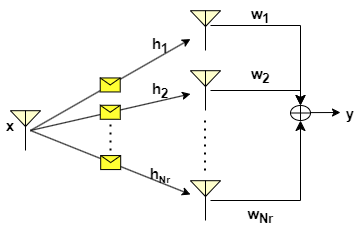
Above: experiment/images/Exp5.png in virtual-labs/exp-spatial-diversity-iiith (draw.io), before the change. Source tidied: cells renumbered, new cells last; positions are measured from the earlier drawing's top-left corner, leaving out a move shared by most shapes.
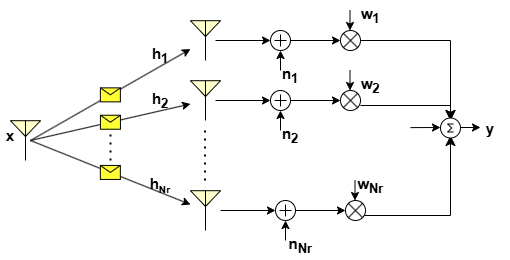
Above is the later version.

Diff of the diagram source:
```diff
@@ -65,44 +65,173 @@
     <mxCell id="16" value="&lt;b&gt;&lt;font style=&quot;font-size: 15px;&quot;&gt;h&lt;sub&gt;1&lt;/sub&gt;&lt;/font&gt;&lt;/b&gt;" style="text;html=1;align=center;verticalAlign=middle;whiteSpace=wrap;rounded=0;" parent="1" vertex="1">
       <mxGeometry x="150" y="30" width="20" height="30" as="geometry" />
     </mxCell>
-    <mxCell id="17" style="shape=orEllipse;perimeter=ellipsePerimeter;whiteSpace=wrap;html=1;backgroundOutline=1;" parent="1" vertex="1">
-      <mxGeometry x="290" y="105" width="20" height="15" as="geometry" />
-    </mxCell>
+    <mxCell id="25" value="&lt;span style=&quot;font-size: 15px;&quot;&gt;&lt;b&gt;w&lt;sub&gt;1&lt;/sub&gt;&lt;/b&gt;&lt;/span&gt;" style="text;html=1;align=center;verticalAlign=middle;whiteSpace=wrap;rounded=0;" parent="1" vertex="1">
+      <mxGeometry x="360" y="-10" width="20" height="30" as="geometry" />
+    </mxCell>
+    <mxCell id="26" value="&lt;span style=&quot;font-size: 15px;&quot;&gt;&lt;b&gt;x&lt;/b&gt;&lt;/span&gt;" style="text;html=1;align=center;verticalAlign=middle;whiteSpace=wrap;rounded=0;" parent="1" vertex="1">
+      <mxGeometry y="110" width="20" height="30" as="geometry" />
+    </mxCell>
+    <mxCell id="27" style="group;" parent="1" vertex="1">
+      <mxGeometry x="360" y="30" width="150" height="175" as="geometry" />
+    </mxCell>
-    <mxCell id="18" style="edgeStyle=segmentEdgeStyle;endArrow=classic;html=1;curved=0;rounded=0;endSize=8;startSize=8;entryX=0.5;entryY=1;entryDx=0;entryDy=0;" parent="1" edge="1" target="17">
+    <mxCell id="18" style="edgeStyle=segmentEdgeStyle;endArrow=classic;html=1;curved=0;rounded=0;endSize=8;startSize=8;entryX=0.5;entryY=1;entryDx=0;entryDy=0;" parent="27" edge="1">
       <mxGeometry relative="1" as="geometry">
-        <mxPoint x="210" y="200" as="sourcePoint" />
+        <mxPoint y="175" as="sourcePoint" />
+        <mxPoint x="90" y="95" as="targetPoint" />
       </mxGeometry>
     </mxCell>
-    <mxCell id="19" style="edgeStyle=segmentEdgeStyle;endArrow=classic;html=1;curved=0;rounded=0;endSize=8;startSize=8;entryX=0.5;entryY=0;entryDx=0;entryDy=0;" parent="1" edge="1" target="17">
+    <mxCell id="19" style="edgeStyle=segmentEdgeStyle;endArrow=classic;html=1;curved=0;rounded=0;endSize=8;startSize=8;entryX=0.5;entryY=0;entryDx=0;entryDy=0;" parent="27" edge="1">
       <mxGeometry relative="1" as="geometry">
-        <mxPoint x="210" y="90" as="sourcePoint" />
+        <mxPoint y="65" as="sourcePoint" />
+        <mxPoint x="90" y="80" as="targetPoint" />
       </mxGeometry>
     </mxCell>
-    <mxCell id="20" style="edgeStyle=segmentEdgeStyle;endArrow=classic;html=1;curved=0;rounded=0;endSize=8;startSize=8;entryX=0.5;entryY=0;entryDx=0;entryDy=0;" parent="1" edge="1" target="17">
+    <mxCell id="20" style="edgeStyle=segmentEdgeStyle;endArrow=classic;html=1;curved=0;rounded=0;endSize=8;startSize=8;entryX=0.5;entryY=0;entryDx=0;entryDy=0;" parent="27" edge="1">
       <mxGeometry relative="1" as="geometry">
-        <mxPoint x="210" y="25" as="sourcePoint" />
+        <mxPoint as="sourcePoint" />
+        <mxPoint x="90" y="80" as="targetPoint" />
       </mxGeometry>
     </mxCell>
+    <mxCell id="22" value="&lt;span style=&quot;font-size: 15px;&quot;&gt;&lt;b&gt;y&lt;/b&gt;&lt;/span&gt;" style="text;html=1;align=center;verticalAlign=middle;whiteSpace=wrap;rounded=0;" parent="27" vertex="1">
+      <mxGeometry x="120" y="76.2" width="20" height="22.5" as="geometry" />
+    </mxCell>
-    <mxCell id="21" style="endArrow=classic;html=1;rounded=0;" parent="1" edge="1">
+    <mxCell id="21" style="endArrow=classic;html=1;rounded=0;" parent="27" edge="1">
       <mxGeometry relative="1" as="geometry">
-        <mxPoint x="310" y="112.1" as="sourcePoint" />
-        <mxPoint x="340" y="112" as="targetPoint" />
+        <mxPoint x="50" y="87.1" as="sourcePoint" />
+        <mxPoint x="80" y="87" as="targetPoint" />
       </mxGeometry>
     </mxCell>
-    <mxCell id="22" value="&lt;span style=&quot;font-size: 15px;&quot;&gt;&lt;b&gt;y&lt;/b&gt;&lt;/span&gt;" style="text;html=1;align=center;verticalAlign=middle;whiteSpace=wrap;rounded=0;" parent="1" vertex="1">
-      <mxGeometry x="340" y="101.2" width="20" height="22.5" as="geometry" />
-    </mxCell>
+    <mxCell id="28" style="verticalLabelPosition=bottom;shadow=0;dashed=0;align=center;html=1;verticalAlign=top;shape=mxgraph.electrical.abstract.sum;" parent="27" vertex="1">
+      <mxGeometry x="80" y="77.5" width="20" height="20" as="geometry" />
+    </mxCell>
+    <mxCell id="29" style="endArrow=classic;html=1;rounded=0;" parent="27" edge="1">
+      <mxGeometry relative="1" as="geometry">
+        <mxPoint x="100" y="87" as="sourcePoint" />
+        <mxPoint x="120" y="87" as="targetPoint" />
+      </mxGeometry>
+    </mxCell>
+    <mxCell id="24" value="&lt;span style=&quot;font-size: 15px;&quot;&gt;&lt;b&gt;w&lt;sub&gt;2&lt;/sub&gt;&lt;/b&gt;&lt;/span&gt;" style="text;html=1;align=center;verticalAlign=middle;whiteSpace=wrap;rounded=0;" parent="27" vertex="1">
+      <mxGeometry y="30" width="20" height="30" as="geometry" />
+    </mxCell>
-    <mxCell id="23" value="&lt;span style=&quot;font-size: 15px;&quot;&gt;&lt;b&gt;w&lt;sub&gt;Nr&lt;/sub&gt;&lt;/b&gt;&lt;/span&gt;" style="text;html=1;align=center;verticalAlign=middle;whiteSpace=wrap;rounded=0;" parent="1" vertex="1">
-      <mxGeometry x="250" y="200" width="20" height="30" as="geometry" />
+    <mxCell id="23" value="&lt;span style=&quot;font-size: 15px;&quot;&gt;&lt;b&gt;w&lt;sub&gt;Nr&lt;/sub&gt;&lt;/b&gt;&lt;/span&gt;" style="text;html=1;align=center;verticalAlign=middle;whiteSpace=wrap;rounded=0;" parent="27" vertex="1">
+      <mxGeometry y="130" width="20" height="30" as="geometry" />
     </mxCell>
-    <mxCell id="24" value="&lt;span style=&quot;font-size: 15px;&quot;&gt;&lt;b&gt;w&lt;sub&gt;2&lt;/sub&gt;&lt;/b&gt;&lt;/span&gt;" style="text;html=1;align=center;verticalAlign=middle;whiteSpace=wrap;rounded=0;" parent="1" vertex="1">
-      <mxGeometry x="250" y="60" width="20" height="30" as="geometry" />
-    </mxCell>
-    <mxCell id="25" value="&lt;span style=&quot;font-size: 15px;&quot;&gt;&lt;b&gt;w&lt;sub&gt;1&lt;/sub&gt;&lt;/b&gt;&lt;/span&gt;" style="text;html=1;align=center;verticalAlign=middle;whiteSpace=wrap;rounded=0;" parent="1" vertex="1">
-      <mxGeometry x="250" width="20" height="30" as="geometry" />
-    </mxCell>
-    <mxCell id="26" value="&lt;span style=&quot;font-size: 15px;&quot;&gt;&lt;b&gt;x&lt;/b&gt;&lt;/span&gt;" style="text;html=1;align=center;verticalAlign=middle;whiteSpace=wrap;rounded=0;" parent="1" vertex="1">
-      <mxGeometry y="110" width="20" height="30" as="geometry" />
-    </mxCell>
+    <mxCell id="30" style="group;" parent="1" vertex="1">
+      <mxGeometry x="215" width="145" height="60" as="geometry" />
+    </mxCell>
+    <mxCell id="31" style="verticalLabelPosition=bottom;shadow=0;dashed=0;align=center;html=1;verticalAlign=top;shape=mxgraph.electrical.abstract.summation_point;" parent="30" vertex="1">
+      <mxGeometry x="55" y="20" width="20" height="20" as="geometry" />
+    </mxCell>
+    <mxCell id="32" style="endArrow=classic;html=1;rounded=0;" parent="30" edge="1">
+      <mxGeometry relative="1" as="geometry">
+        <mxPoint x="134.5" as="sourcePoint" />
+        <mxPoint x="134.5" y="20" as="targetPoint" />
+      </mxGeometry>
+    </mxCell>
+    <mxCell id="33" style="group;" parent="30" vertex="1">
+      <mxGeometry y="20" width="145" height="40" as="geometry" />
+    </mxCell>
+    <mxCell id="34" style="endArrow=classic;html=1;rounded=0;" parent="33" edge="1">
+      <mxGeometry relative="1" as="geometry">
+        <mxPoint x="65" y="40" as="sourcePoint" />
+        <mxPoint x="65" y="20" as="targetPoint" />
+      </mxGeometry>
+    </mxCell>
+    <mxCell id="35" style="endArrow=classic;html=1;rounded=0;" parent="33" edge="1">
+      <mxGeometry relative="1" as="geometry">
+        <mxPoint y="10" as="sourcePoint" />
+        <mxPoint x="55" y="10" as="targetPoint" />
+      </mxGeometry>
+    </mxCell>
+    <mxCell id="36" style="endArrow=classic;html=1;rounded=0;" parent="33" edge="1">
+      <mxGeometry relative="1" as="geometry">
+        <mxPoint x="75" y="10" as="sourcePoint" />
+        <mxPoint x="125" y="10" as="targetPoint" />
+      </mxGeometry>
+    </mxCell>
+    <mxCell id="37" style="shape=sumEllipse;perimeter=ellipsePerimeter;whiteSpace=wrap;html=1;backgroundOutline=1;" parent="33" vertex="1">
+      <mxGeometry x="125" width="20" height="20" as="geometry" />
+    </mxCell>
+    <mxCell id="38" style="group;" parent="1" vertex="1">
+      <mxGeometry x="220" y="170" width="145" height="60" as="geometry" />
+    </mxCell>
+    <mxCell id="39" style="verticalLabelPosition=bottom;shadow=0;dashed=0;align=center;html=1;verticalAlign=top;shape=mxgraph.electrical.abstract.summation_point;" parent="38" vertex="1">
+      <mxGeometry x="55" y="20" width="20" height="20" as="geometry" />
+    </mxCell>
+    <mxCell id="40" style="endArrow=classic;html=1;rounded=0;" parent="38" edge="1">
+      <mxGeometry relative="1" as="geometry">
+        <mxPoint x="134.5" as="sourcePoint" />
+        <mxPoint x="134.5" y="20" as="targetPoint" />
+      </mxGeometry>
+    </mxCell>
+    <mxCell id="41" style="group;" parent="38" vertex="1">
+      <mxGeometry y="20" width="145" height="40" as="geometry" />
+    </mxCell>
+    <mxCell id="42" style="endArrow=classic;html=1;rounded=0;" parent="41" edge="1">
+      <mxGeometry relative="1" as="geometry">
+        <mxPoint x="65" y="40" as="sourcePoint" />
+        <mxPoint x="65" y="20" as="targetPoint" />
+      </mxGeometry>
+    </mxCell>
+    <mxCell id="43" style="endArrow=classic;html=1;rounded=0;" parent="41" edge="1">
+      <mxGeometry relative="1" as="geometry">
+        <mxPoint y="10" as="sourcePoint" />
+        <mxPoint x="55" y="10" as="targetPoint" />
+      </mxGeometry>
+    </mxCell>
+    <mxCell id="44" style="endArrow=classic;html=1;rounded=0;" parent="41" edge="1">
+      <mxGeometry relative="1" as="geometry">
+        <mxPoint x="75" y="10" as="sourcePoint" />
+        <mxPoint x="125" y="10" as="targetPoint" />
+      </mxGeometry>
+    </mxCell>
+    <mxCell id="45" style="shape=sumEllipse;perimeter=ellipsePerimeter;whiteSpace=wrap;html=1;backgroundOutline=1;" parent="41" vertex="1">
+      <mxGeometry x="125" width="20" height="20" as="geometry" />
+    </mxCell>
+    <mxCell id="46" style="group;" parent="1" vertex="1">
+      <mxGeometry x="215" y="60" width="145" height="80" as="geometry" />
+    </mxCell>
+    <mxCell id="47" style="verticalLabelPosition=bottom;shadow=0;dashed=0;align=center;html=1;verticalAlign=top;shape=mxgraph.electrical.abstract.summation_point;" parent="46" vertex="1">
+      <mxGeometry x="55" y="20" width="20" height="20" as="geometry" />
+    </mxCell>
+    <mxCell id="48" style="endArrow=classic;html=1;rounded=0;" parent="46" edge="1">
+      <mxGeometry relative="1" as="geometry">
+        <mxPoint x="134.5" as="sourcePoint" />
+        <mxPoint x="134.5" y="20" as="targetPoint" />
+      </mxGeometry>
+    </mxCell>
+    <mxCell id="49" style="group;" parent="46" vertex="1">
+      <mxGeometry y="20" width="145" height="60" as="geometry" />
+    </mxCell>
+    <mxCell id="50" style="endArrow=classic;html=1;rounded=0;" parent="49" edge="1">
+      <mxGeometry relative="1" as="geometry">
+        <mxPoint x="65" y="40" as="sourcePoint" />
+        <mxPoint x="65" y="20" as="targetPoint" />
+      </mxGeometry>
+    </mxCell>
+    <mxCell id="51" style="endArrow=classic;html=1;rounded=0;" parent="49" edge="1">
+      <mxGeometry relative="1" as="geometry">
+        <mxPoint y="10" as="sourcePoint" />
+        <mxPoint x="55" y="10" as="targetPoint" />
+      </mxGeometry>
+    </mxCell>
+    <mxCell id="52" style="endArrow=classic;html=1;rounded=0;" parent="49" edge="1">
+      <mxGeometry relative="1" as="geometry">
+        <mxPoint x="75" y="10" as="sourcePoint" />
+        <mxPoint x="125" y="10" as="targetPoint" />
+      </mxGeometry>
+    </mxCell>
+    <mxCell id="53" style="shape=sumEllipse;perimeter=ellipsePerimeter;whiteSpace=wrap;html=1;backgroundOutline=1;" parent="49" vertex="1">
+      <mxGeometry x="125" width="20" height="20" as="geometry" />
+    </mxCell>
+    <mxCell id="54" value="&lt;span style=&quot;font-size: 15px;&quot;&gt;&lt;b&gt;n&lt;sub&gt;2&lt;/sub&gt;&lt;/b&gt;&lt;/span&gt;" style="text;html=1;align=center;verticalAlign=middle;whiteSpace=wrap;rounded=0;" parent="49" vertex="1">
+      <mxGeometry x="65" y="30" width="20" height="30" as="geometry" />
+    </mxCell>
+    <mxCell id="55" value="&lt;span style=&quot;font-size: 15px;&quot;&gt;&lt;b&gt;n&lt;sub&gt;1&lt;/sub&gt;&lt;/b&gt;&lt;/span&gt;" style="text;html=1;align=center;verticalAlign=middle;whiteSpace=wrap;rounded=0;" parent="46" vertex="1">
+      <mxGeometry x="65" y="-10" width="20" height="30" as="geometry" />
+    </mxCell>
+    <mxCell id="56" value="&lt;span style=&quot;font-size: 15px;&quot;&gt;&lt;b&gt;n&lt;sub&gt;Nr&lt;/sub&gt;&lt;/b&gt;&lt;/span&gt;" style="text;html=1;align=center;verticalAlign=middle;whiteSpace=wrap;rounded=0;" parent="1" vertex="1">
+      <mxGeometry x="290" y="220" width="20" height="30" as="geometry" />
+    </mxCell>
   </root>
 </mxGraphModel>
```
